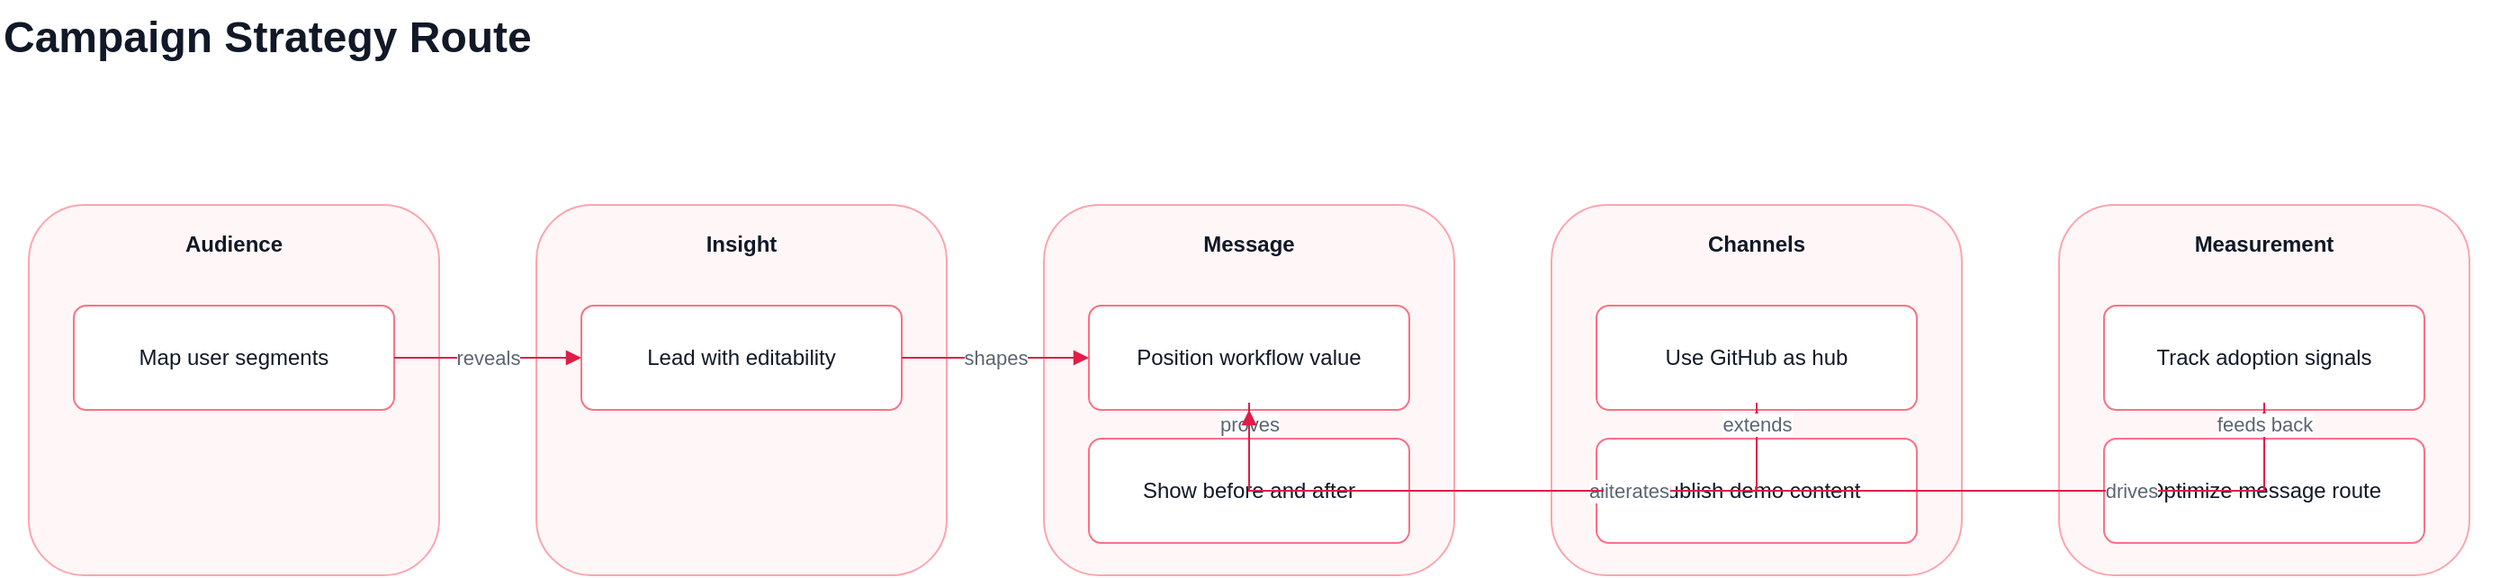
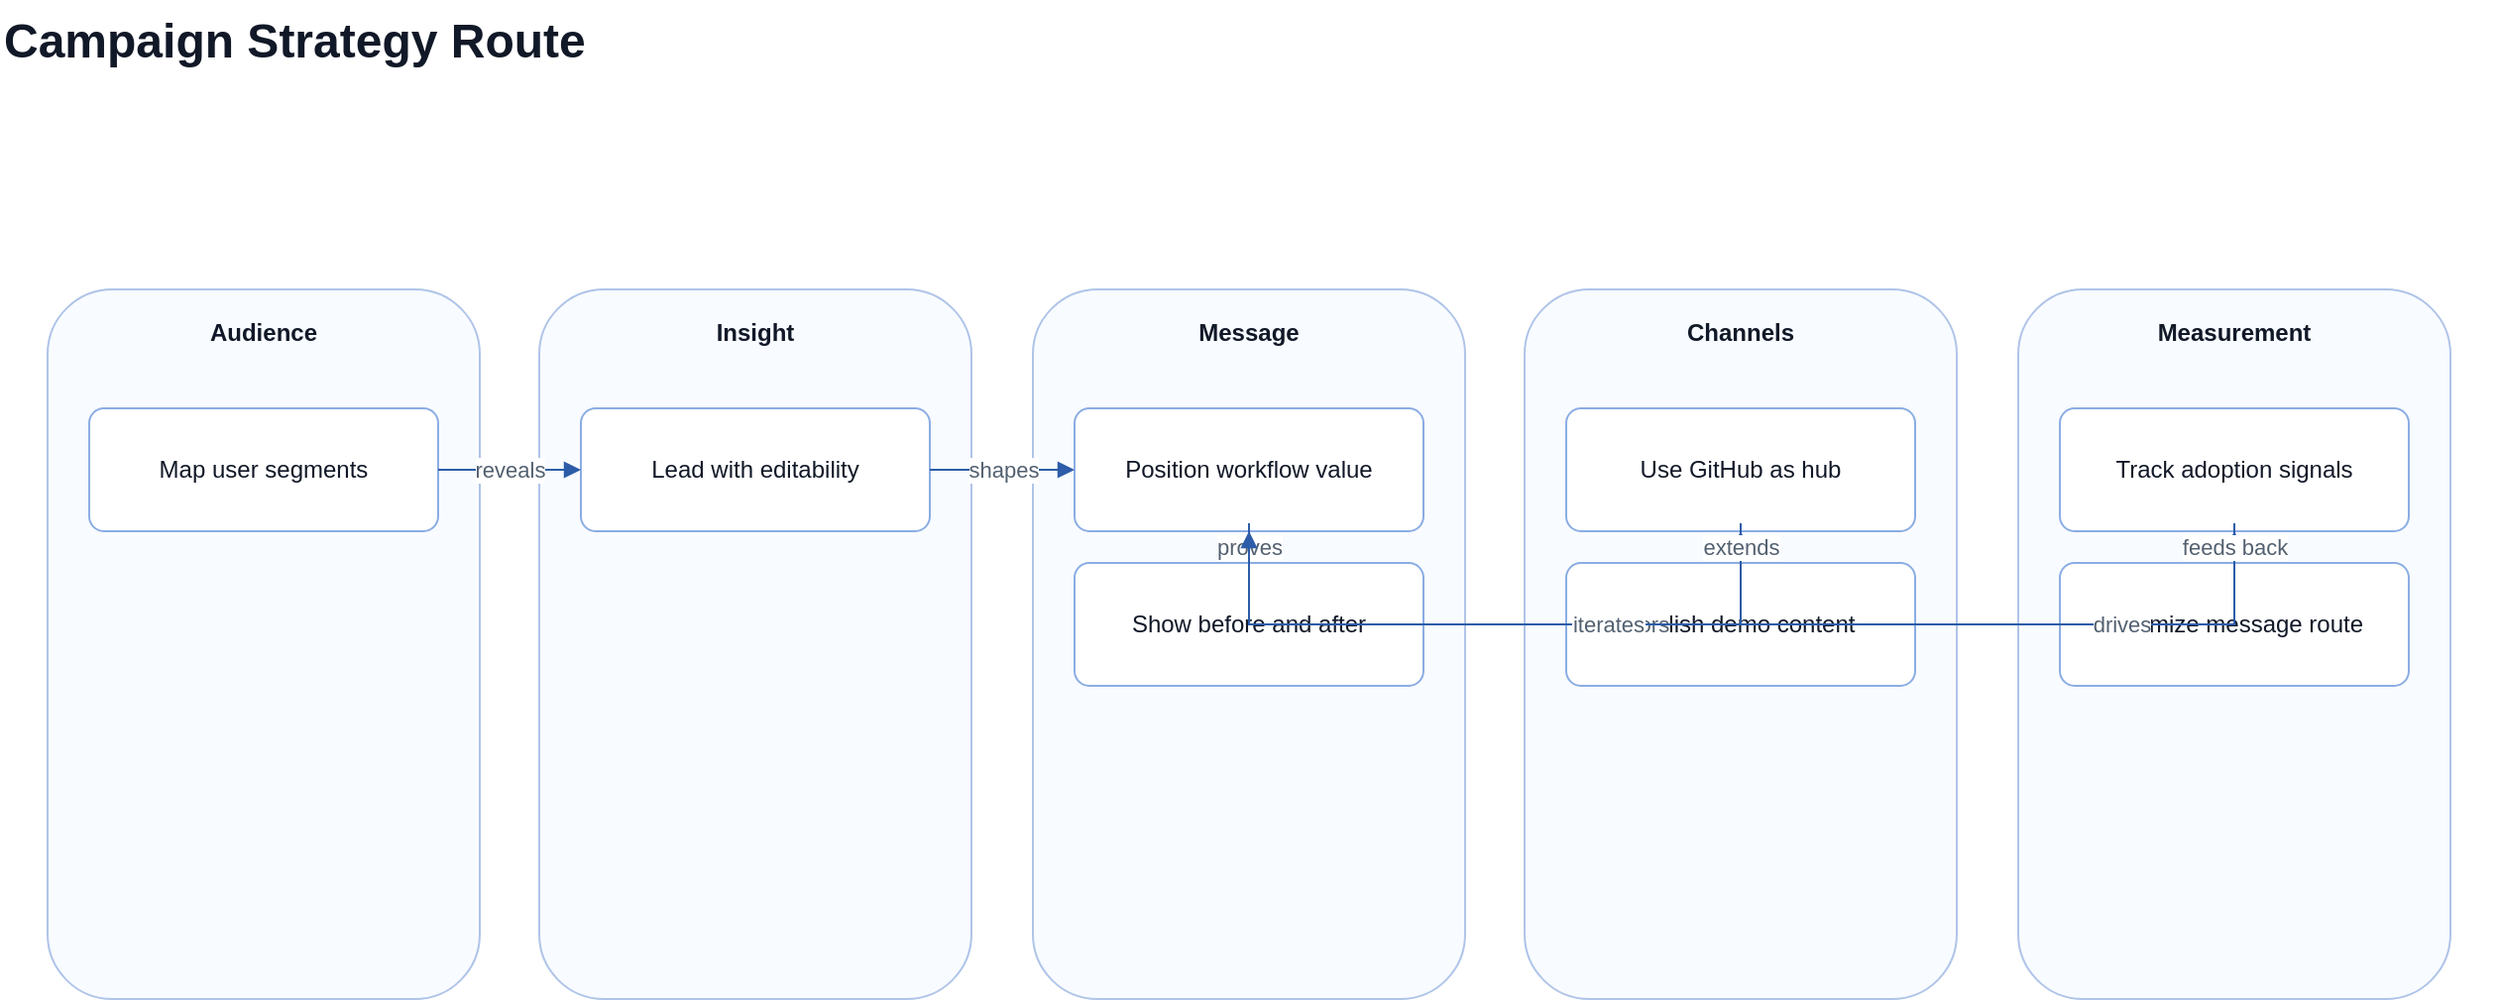
<mxfile host="app.diagrams.net" modified="2026-06-19T00:00:00.000Z" agent="tech-route-maker" version="24.7.8">
<diagram id="tech-route" name="Tech Route">
<mxGraphModel dx="1200" dy="800" grid="1" gridSize="10" guides="1" tooltips="1" connect="1" arrows="1" fold="1" page="1" pageScale="1" pageWidth="1600" pageHeight="900" math="0" shadow="0">
<root>
<mxCell id="0"/>
<mxCell id="1" parent="0"/>
- <mxCell id="title" value="Campaign Strategy Route" style="text;html=1;strokeColor=none;fillColor=none;fontSize=24;fontStyle=1;fontColor=#111827;" vertex="1" parent="1"><mxGeometry x="40" y="20" width="1388" height="40" as="geometry"/></mxCell>
- <mxCell id="stage_audience" value="Audience" style="rounded=1;whiteSpace=wrap;html=1;fillColor=#FFF7F7;strokeColor=#FDA4AF;fontColor=#111827;fontStyle=1;verticalAlign=top;spacingTop=8;" vertex="1" parent="1"><mxGeometry x="56" y="134" width="228" height="206" as="geometry"/></mxCell>
- <mxCell id="stage_insight" value="Insight" style="rounded=1;whiteSpace=wrap;html=1;fillColor=#FFF7F7;strokeColor=#FDA4AF;fontColor=#111827;fontStyle=1;verticalAlign=top;spacingTop=8;" vertex="1" parent="1"><mxGeometry x="338" y="134" width="228" height="206" as="geometry"/></mxCell>
- <mxCell id="stage_message" value="Message" style="rounded=1;whiteSpace=wrap;html=1;fillColor=#FFF7F7;strokeColor=#FDA4AF;fontColor=#111827;fontStyle=1;verticalAlign=top;spacingTop=8;" vertex="1" parent="1"><mxGeometry x="620" y="134" width="228" height="206" as="geometry"/></mxCell>
- <mxCell id="stage_channels" value="Channels" style="rounded=1;whiteSpace=wrap;html=1;fillColor=#FFF7F7;strokeColor=#FDA4AF;fontColor=#111827;fontStyle=1;verticalAlign=top;spacingTop=8;" vertex="1" parent="1"><mxGeometry x="902" y="134" width="228" height="206" as="geometry"/></mxCell>
- <mxCell id="stage_measurement" value="Measurement" style="rounded=1;whiteSpace=wrap;html=1;fillColor=#FFF7F7;strokeColor=#FDA4AF;fontColor=#111827;fontStyle=1;verticalAlign=top;spacingTop=8;" vertex="1" parent="1"><mxGeometry x="1184" y="134" width="228" height="206" as="geometry"/></mxCell>
- <mxCell id="audience_segments" value="Map user segments" tooltip="Target graduate students, lab managers, and academic teams with different workflow needs." style="rounded=1;whiteSpace=wrap;html=1;fillColor=#FFFFFF;strokeColor=#FB7185;fontColor=#111827;arcSize=12;" vertex="1" parent="1"><mxGeometry x="81" y="190" width="178" height="58" as="geometry"/></mxCell>
- <mxCell id="insight_editable" value="Lead with editability" tooltip="Users trust outputs more when visuals remain editable and evidence-linked." style="rounded=1;whiteSpace=wrap;html=1;fillColor=#FFFFFF;strokeColor=#FB7185;fontColor=#111827;arcSize=12;" vertex="1" parent="1"><mxGeometry x="363" y="190" width="178" height="58" as="geometry"/></mxCell>
- <mxCell id="message_positioning" value="Position workflow value" tooltip="Frame the product as agent-assisted source-to-editable-diagram workflow." style="rounded=1;whiteSpace=wrap;html=1;fillColor=#FFFFFF;strokeColor=#FB7185;fontColor=#111827;arcSize=12;" vertex="1" parent="1"><mxGeometry x="645" y="190" width="178" height="58" as="geometry"/></mxCell>
- <mxCell id="message_proof" value="Show before and after" tooltip="Use problem hook, evidence-first promise, demo output, and use-case proof." style="rounded=1;whiteSpace=wrap;html=1;fillColor=#FFFFFF;strokeColor=#FB7185;fontColor=#111827;arcSize=12;" vertex="1" parent="1"><mxGeometry x="645" y="264" width="178" height="58" as="geometry"/></mxCell>
- <mxCell id="channels_github" value="Use GitHub as hub" tooltip="Anchor the campaign in the README, examples, templates, and visible demo outputs." style="rounded=1;whiteSpace=wrap;html=1;fillColor=#FFFFFF;strokeColor=#FB7185;fontColor=#111827;arcSize=12;" vertex="1" parent="1"><mxGeometry x="927" y="190" width="178" height="58" as="geometry"/></mxCell>
- <mxCell id="channels_content" value="Publish demo content" tooltip="Share short video, social posts, lab demo deck, and community templates." style="rounded=1;whiteSpace=wrap;html=1;fillColor=#FFFFFF;strokeColor=#FB7185;fontColor=#111827;arcSize=12;" vertex="1" parent="1"><mxGeometry x="927" y="264" width="178" height="58" as="geometry"/></mxCell>
- <mxCell id="measurement_metrics" value="Track adoption signals" tooltip="Measure GitHub stars, demo runs, template downloads, issue feedback, and trials." style="rounded=1;whiteSpace=wrap;html=1;fillColor=#FFFFFF;strokeColor=#FB7185;fontColor=#111827;arcSize=12;" vertex="1" parent="1"><mxGeometry x="1209" y="190" width="178" height="58" as="geometry"/></mxCell>
- <mxCell id="measurement_optimize" value="Optimize message route" tooltip="Refine messaging based on drop-off, issue themes, and output-quality feedback." style="rounded=1;whiteSpace=wrap;html=1;fillColor=#FFFFFF;strokeColor=#FB7185;fontColor=#111827;arcSize=12;" vertex="1" parent="1"><mxGeometry x="1209" y="264" width="178" height="58" as="geometry"/></mxCell>
- <mxCell id="edge_1" value="reveals" style="edgeStyle=orthogonalEdgeStyle;rounded=0;orthogonalLoop=1;jettySize=auto;html=1;endArrow=block;endFill=1;strokeColor=#E11D48;fontColor=#5B6472;" edge="1" parent="1" source="audience_segments" target="insight_editable"><mxGeometry relative="1" as="geometry"/></mxCell>
- <mxCell id="edge_2" value="shapes" style="edgeStyle=orthogonalEdgeStyle;rounded=0;orthogonalLoop=1;jettySize=auto;html=1;endArrow=block;endFill=1;strokeColor=#E11D48;fontColor=#5B6472;" edge="1" parent="1" source="insight_editable" target="message_positioning"><mxGeometry relative="1" as="geometry"/></mxCell>
- <mxCell id="edge_3" value="proves" style="edgeStyle=orthogonalEdgeStyle;rounded=0;orthogonalLoop=1;jettySize=auto;html=1;endArrow=block;endFill=1;strokeColor=#E11D48;fontColor=#5B6472;" edge="1" parent="1" source="message_positioning" target="message_proof"><mxGeometry relative="1" as="geometry"/></mxCell>
- <mxCell id="edge_4" value="anchors" style="edgeStyle=orthogonalEdgeStyle;rounded=0;orthogonalLoop=1;jettySize=auto;html=1;endArrow=block;endFill=1;strokeColor=#E11D48;fontColor=#5B6472;" edge="1" parent="1" source="message_proof" target="channels_github"><mxGeometry relative="1" as="geometry"/></mxCell>
- <mxCell id="edge_5" value="extends" style="edgeStyle=orthogonalEdgeStyle;rounded=0;orthogonalLoop=1;jettySize=auto;html=1;endArrow=block;endFill=1;strokeColor=#E11D48;fontColor=#5B6472;" edge="1" parent="1" source="channels_github" target="channels_content"><mxGeometry relative="1" as="geometry"/></mxCell>
- <mxCell id="edge_6" value="drives" style="edgeStyle=orthogonalEdgeStyle;rounded=0;orthogonalLoop=1;jettySize=auto;html=1;endArrow=block;endFill=1;strokeColor=#E11D48;fontColor=#5B6472;" edge="1" parent="1" source="channels_content" target="measurement_metrics"><mxGeometry relative="1" as="geometry"/></mxCell>
- <mxCell id="edge_7" value="feeds back" style="edgeStyle=orthogonalEdgeStyle;rounded=0;orthogonalLoop=1;jettySize=auto;html=1;endArrow=block;endFill=1;strokeColor=#E11D48;fontColor=#5B6472;" edge="1" parent="1" source="measurement_metrics" target="measurement_optimize"><mxGeometry relative="1" as="geometry"/></mxCell>
- <mxCell id="edge_8" value="iterates" style="edgeStyle=orthogonalEdgeStyle;rounded=0;orthogonalLoop=1;jettySize=auto;html=1;endArrow=block;endFill=1;strokeColor=#E11D48;fontColor=#5B6472;" edge="1" parent="1" source="measurement_optimize" target="message_positioning"><mxGeometry relative="1" as="geometry"/></mxCell>
+ <mxCell id="title" value="Campaign Strategy Route" style="text;html=1;strokeColor=none;fillColor=none;fontSize=24;fontStyle=1;fontColor=#111827;" vertex="1" parent="1"><mxGeometry x="40" y="20" width="1260" height="40" as="geometry"/></mxCell>
+ <mxCell id="stage_audience" value="Audience" style="rounded=1;whiteSpace=wrap;html=1;fillColor=#F8FBFF;strokeColor=#AFC4E8;fontColor=#111827;fontStyle=1;verticalAlign=top;spacingTop=8;" vertex="1" parent="1"><mxGeometry x="64" y="166" width="218" height="358" as="geometry"/></mxCell>
+ <mxCell id="stage_insight" value="Insight" style="rounded=1;whiteSpace=wrap;html=1;fillColor=#F8FBFF;strokeColor=#AFC4E8;fontColor=#111827;fontStyle=1;verticalAlign=top;spacingTop=8;" vertex="1" parent="1"><mxGeometry x="312" y="166" width="218" height="358" as="geometry"/></mxCell>
+ <mxCell id="stage_message" value="Message" style="rounded=1;whiteSpace=wrap;html=1;fillColor=#F8FBFF;strokeColor=#AFC4E8;fontColor=#111827;fontStyle=1;verticalAlign=top;spacingTop=8;" vertex="1" parent="1"><mxGeometry x="561" y="166" width="218" height="358" as="geometry"/></mxCell>
+ <mxCell id="stage_channels" value="Channels" style="rounded=1;whiteSpace=wrap;html=1;fillColor=#F8FBFF;strokeColor=#AFC4E8;fontColor=#111827;fontStyle=1;verticalAlign=top;spacingTop=8;" vertex="1" parent="1"><mxGeometry x="809" y="166" width="218" height="358" as="geometry"/></mxCell>
+ <mxCell id="stage_measurement" value="Measurement" style="rounded=1;whiteSpace=wrap;html=1;fillColor=#F8FBFF;strokeColor=#AFC4E8;fontColor=#111827;fontStyle=1;verticalAlign=top;spacingTop=8;" vertex="1" parent="1"><mxGeometry x="1058" y="166" width="218" height="358" as="geometry"/></mxCell>
+ <mxCell id="audience_segments" value="Map user segments" tooltip="Target graduate students, lab managers, and academic teams with different workflow needs." style="rounded=1;whiteSpace=wrap;html=1;fillColor=#FFFFFF;strokeColor=#8BADE3;fontColor=#111827;arcSize=12;" vertex="1" parent="1"><mxGeometry x="85" y="226" width="176" height="62" as="geometry"/></mxCell>
+ <mxCell id="insight_editable" value="Lead with editability" tooltip="Users trust outputs more when visuals remain editable and evidence-linked." style="rounded=1;whiteSpace=wrap;html=1;fillColor=#FFFFFF;strokeColor=#8BADE3;fontColor=#111827;arcSize=12;" vertex="1" parent="1"><mxGeometry x="333" y="226" width="176" height="62" as="geometry"/></mxCell>
+ <mxCell id="message_positioning" value="Position workflow value" tooltip="Frame the product as agent-assisted source-to-editable-diagram workflow." style="rounded=1;whiteSpace=wrap;html=1;fillColor=#FFFFFF;strokeColor=#8BADE3;fontColor=#111827;arcSize=12;" vertex="1" parent="1"><mxGeometry x="582" y="226" width="176" height="62" as="geometry"/></mxCell>
+ <mxCell id="message_proof" value="Show before and after" tooltip="Use problem hook, evidence-first promise, demo output, and use-case proof." style="rounded=1;whiteSpace=wrap;html=1;fillColor=#FFFFFF;strokeColor=#8BADE3;fontColor=#111827;arcSize=12;" vertex="1" parent="1"><mxGeometry x="582" y="304" width="176" height="62" as="geometry"/></mxCell>
+ <mxCell id="channels_github" value="Use GitHub as hub" tooltip="Anchor the campaign in the README, examples, templates, and visible demo outputs." style="rounded=1;whiteSpace=wrap;html=1;fillColor=#FFFFFF;strokeColor=#8BADE3;fontColor=#111827;arcSize=12;" vertex="1" parent="1"><mxGeometry x="830" y="226" width="176" height="62" as="geometry"/></mxCell>
+ <mxCell id="channels_content" value="Publish demo content" tooltip="Share short video, social posts, lab demo deck, and community templates." style="rounded=1;whiteSpace=wrap;html=1;fillColor=#FFFFFF;strokeColor=#8BADE3;fontColor=#111827;arcSize=12;" vertex="1" parent="1"><mxGeometry x="830" y="304" width="176" height="62" as="geometry"/></mxCell>
+ <mxCell id="measurement_metrics" value="Track adoption signals" tooltip="Measure GitHub stars, demo runs, template downloads, issue feedback, and trials." style="rounded=1;whiteSpace=wrap;html=1;fillColor=#FFFFFF;strokeColor=#8BADE3;fontColor=#111827;arcSize=12;" vertex="1" parent="1"><mxGeometry x="1079" y="226" width="176" height="62" as="geometry"/></mxCell>
+ <mxCell id="measurement_optimize" value="Optimize message route" tooltip="Refine messaging based on drop-off, issue themes, and output-quality feedback." style="rounded=1;whiteSpace=wrap;html=1;fillColor=#FFFFFF;strokeColor=#8BADE3;fontColor=#111827;arcSize=12;" vertex="1" parent="1"><mxGeometry x="1079" y="304" width="176" height="62" as="geometry"/></mxCell>
+ <mxCell id="edge_1" value="reveals" style="edgeStyle=orthogonalEdgeStyle;rounded=0;orthogonalLoop=1;jettySize=auto;html=1;endArrow=block;endFill=1;strokeColor=#2D5CA8;fontColor=#526070;" edge="1" parent="1" source="audience_segments" target="insight_editable"><mxGeometry relative="1" as="geometry"/></mxCell>
+ <mxCell id="edge_2" value="shapes" style="edgeStyle=orthogonalEdgeStyle;rounded=0;orthogonalLoop=1;jettySize=auto;html=1;endArrow=block;endFill=1;strokeColor=#2D5CA8;fontColor=#526070;" edge="1" parent="1" source="insight_editable" target="message_positioning"><mxGeometry relative="1" as="geometry"/></mxCell>
+ <mxCell id="edge_3" value="proves" style="edgeStyle=orthogonalEdgeStyle;rounded=0;orthogonalLoop=1;jettySize=auto;html=1;endArrow=block;endFill=1;strokeColor=#2D5CA8;fontColor=#526070;" edge="1" parent="1" source="message_positioning" target="message_proof"><mxGeometry relative="1" as="geometry"/></mxCell>
+ <mxCell id="edge_4" value="anchors" style="edgeStyle=orthogonalEdgeStyle;rounded=0;orthogonalLoop=1;jettySize=auto;html=1;endArrow=block;endFill=1;strokeColor=#2D5CA8;fontColor=#526070;" edge="1" parent="1" source="message_proof" target="channels_github"><mxGeometry relative="1" as="geometry"/></mxCell>
+ <mxCell id="edge_5" value="extends" style="edgeStyle=orthogonalEdgeStyle;rounded=0;orthogonalLoop=1;jettySize=auto;html=1;endArrow=block;endFill=1;strokeColor=#2D5CA8;fontColor=#526070;" edge="1" parent="1" source="channels_github" target="channels_content"><mxGeometry relative="1" as="geometry"/></mxCell>
+ <mxCell id="edge_6" value="drives" style="edgeStyle=orthogonalEdgeStyle;rounded=0;orthogonalLoop=1;jettySize=auto;html=1;endArrow=block;endFill=1;strokeColor=#2D5CA8;fontColor=#526070;" edge="1" parent="1" source="channels_content" target="measurement_metrics"><mxGeometry relative="1" as="geometry"/></mxCell>
+ <mxCell id="edge_7" value="feeds back" style="edgeStyle=orthogonalEdgeStyle;rounded=0;orthogonalLoop=1;jettySize=auto;html=1;endArrow=block;endFill=1;strokeColor=#2D5CA8;fontColor=#526070;" edge="1" parent="1" source="measurement_metrics" target="measurement_optimize"><mxGeometry relative="1" as="geometry"/></mxCell>
+ <mxCell id="edge_8" value="iterates" style="edgeStyle=orthogonalEdgeStyle;rounded=0;orthogonalLoop=1;jettySize=auto;html=1;endArrow=block;endFill=1;strokeColor=#2D5CA8;fontColor=#526070;" edge="1" parent="1" source="measurement_optimize" target="message_positioning"><mxGeometry relative="1" as="geometry"/></mxCell>
</root>
</mxGraphModel>
</diagram>
</mxfile>